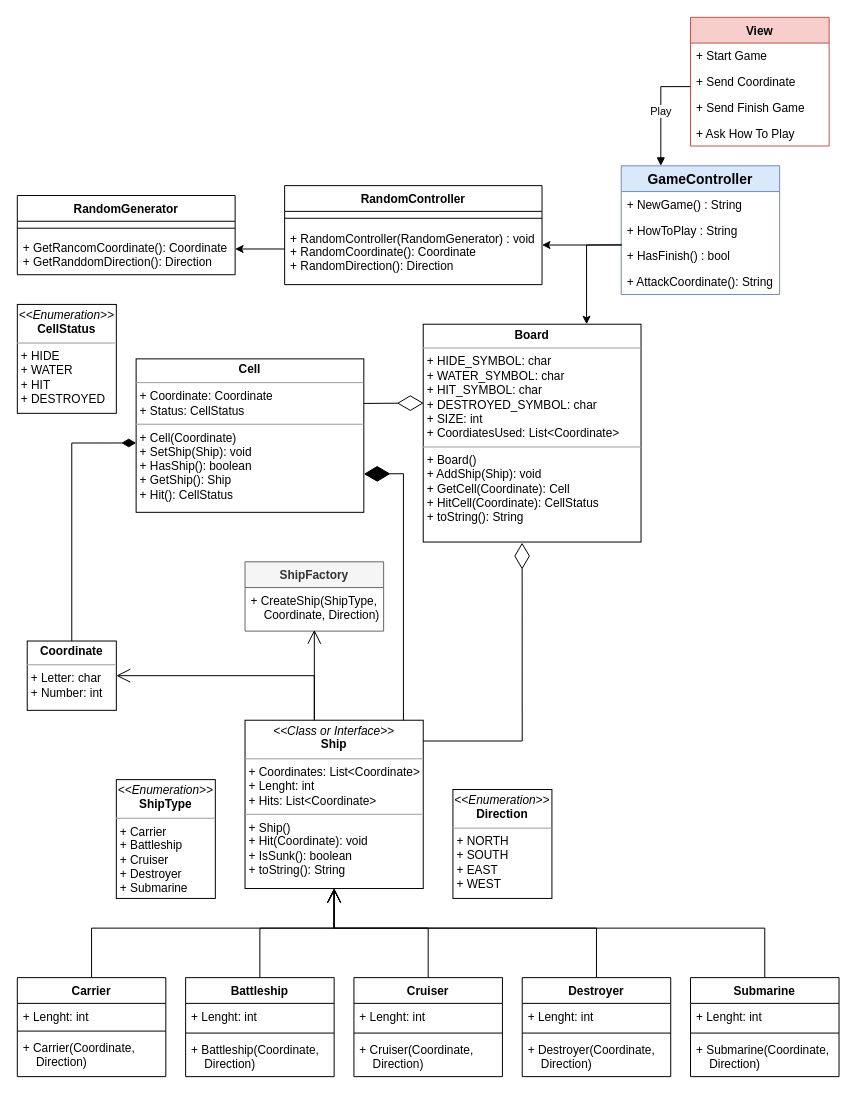
Earlier version of the draw.io diagram UML.drawio (CesarSnake/Battleship). Source tidied: cells renumbered, new cells numbered last; positions are measured from the earlier drawing's top-left corner, leaving out a move shared by most shapes. Both pictures are drawn from the tidied source at 99%, with x=0, y=0 at pixel (17, 17).
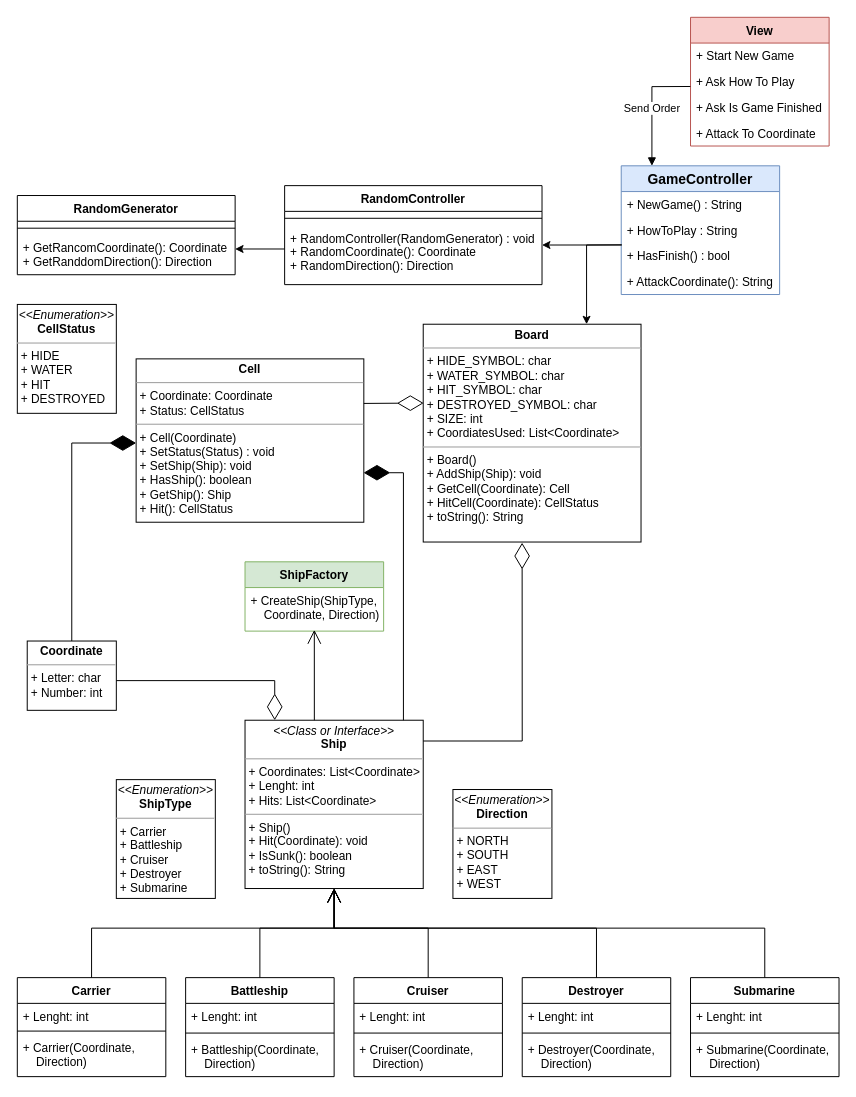
The same page after the edit.

Commit message:
updated latest UML diagram

Unchanged cells that the change refers to:
```xml
<mxCell id="4" value="&lt;p style=&quot;margin: 0px ; margin-top: 4px ; text-align: center&quot;&gt;&lt;b&gt;Coordinate&lt;/b&gt;&lt;/p&gt;&lt;hr size=&quot;1&quot;&gt;&lt;p style=&quot;margin: 0px ; margin-left: 4px&quot;&gt;+ Letter: char&lt;/p&gt;&lt;p style=&quot;margin: 0px ; margin-left: 4px&quot;&gt;+ Number: int&lt;/p&gt;" style="verticalAlign=top;align=left;overflow=fill;fontSize=12;fontFamily=Helvetica;html=1;" parent="1" vertex="1">
  <mxGeometry x="10" y="630" width="90" height="70" as="geometry" />
</mxCell>
<mxCell id="48" value="GameController" style="swimlane;fontStyle=1;horizontal=1;startSize=26;fillColor=#dae8fc;strokeColor=#6c8ebf;fontSize=14;" parent="1" vertex="1">
  <mxGeometry x="610" y="150" width="160" height="130" as="geometry" />
</mxCell>
<mxCell id="53" value="View" style="swimlane;fontStyle=1;horizontal=1;startSize=26;fillColor=#f8cecc;strokeColor=#b85450;" parent="1" vertex="1">
  <mxGeometry x="680" width="140" height="130" as="geometry" />
</mxCell>
```

Diff of the diagram source:
```diff
@@
-    <mxCell id="26" value="&lt;p style=&quot;margin: 0px ; margin-top: 4px ; text-align: center&quot;&gt;&lt;b&gt;Cell&lt;/b&gt;&lt;/p&gt;&lt;hr size=&quot;1&quot;&gt;&lt;p style=&quot;margin: 0px ; margin-left: 4px&quot;&gt;+ Coordinate: Coordinate&lt;/p&gt;&lt;p style=&quot;margin: 0px ; margin-left: 4px&quot;&gt;+ Status: CellStatus&lt;/p&gt;&lt;hr size=&quot;1&quot;&gt;&lt;p style=&quot;margin: 0px ; margin-left: 4px&quot;&gt;+ Cell(Coordinate)&lt;/p&gt;&lt;p style=&quot;margin: 0px ; margin-left: 4px&quot;&gt;+ SetShip(Ship): void&lt;/p&gt;&lt;p style=&quot;margin: 0px ; margin-left: 4px&quot;&gt;+ HasShip(): boolean&lt;/p&gt;&lt;p style=&quot;margin: 0px ; margin-left: 4px&quot;&gt;+ GetShip(): Ship&lt;/p&gt;&lt;p style=&quot;margin: 0px ; margin-left: 4px&quot;&gt;+ Hit(): CellStatus&lt;/p&gt;&lt;p style=&quot;margin: 0px ; margin-left: 4px&quot;&gt;&lt;br&gt;&lt;/p&gt;" style="verticalAlign=top;align=left;overflow=fill;fontSize=12;fontFamily=Helvetica;html=1;" parent="1" vertex="1">
-      <mxGeometry x="120" y="345" width="230" height="155" as="geometry" />
+    <mxCell id="26" value="&lt;p style=&quot;margin: 0px ; margin-top: 4px ; text-align: center&quot;&gt;&lt;b&gt;Cell&lt;/b&gt;&lt;/p&gt;&lt;hr size=&quot;1&quot;&gt;&lt;p style=&quot;margin: 0px ; margin-left: 4px&quot;&gt;+ Coordinate: Coordinate&lt;/p&gt;&lt;p style=&quot;margin: 0px ; margin-left: 4px&quot;&gt;+ Status: CellStatus&lt;/p&gt;&lt;hr size=&quot;1&quot;&gt;&lt;p style=&quot;margin: 0px ; margin-left: 4px&quot;&gt;+ Cell(Coordinate)&lt;/p&gt;&lt;p style=&quot;margin: 0px ; margin-left: 4px&quot;&gt;+ SetStatus(Status) : void&lt;/p&gt;&lt;p style=&quot;margin: 0px ; margin-left: 4px&quot;&gt;+ SetShip(Ship): void&lt;/p&gt;&lt;p style=&quot;margin: 0px ; margin-left: 4px&quot;&gt;+ HasShip(): boolean&lt;/p&gt;&lt;p style=&quot;margin: 0px ; margin-left: 4px&quot;&gt;+ GetShip(): Ship&lt;/p&gt;&lt;p style=&quot;margin: 0px ; margin-left: 4px&quot;&gt;+ Hit(): CellStatus&lt;/p&gt;&lt;p style=&quot;margin: 0px ; margin-left: 4px&quot;&gt;&lt;br&gt;&lt;/p&gt;" style="verticalAlign=top;align=left;overflow=fill;fontSize=12;fontFamily=Helvetica;html=1;" parent="1" vertex="1">
+      <mxGeometry x="120" y="345" width="230" height="165" as="geometry" />
     </mxCell>
@@
-    <mxCell id="28" style="endArrow=diamondThin;endFill=1;endSize=12;html=1;rounded=0;exitX=0.5;exitY=0;exitDx=0;exitDy=0;entryX=0;entryY=0.548;entryDx=0;entryDy=0;entryPerimeter=0;" parent="1" edge="1" source="4" target="26">
+    <mxCell id="28" style="endArrow=diamondThin;endFill=1;endSize=24;html=1;rounded=0;exitX=0.5;exitY=0;exitDx=0;exitDy=0;" parent="1" edge="1" source="4">
       <mxGeometry relative="1" as="geometry">
+        <mxPoint x="120" y="430" as="targetPoint" />
         <Array as="points">
           <mxPoint x="55" y="430" />
         </Array>
       </mxGeometry>
     </mxCell>
@@
-    <mxCell id="37" value="ShipFactory" style="swimlane;fontStyle=1;horizontal=1;startSize=26;fillColor=#f5f5f5;fontColor=#333333;strokeColor=#666666;" parent="1" vertex="1">
+    <mxCell id="37" value="ShipFactory" style="swimlane;fontStyle=1;horizontal=1;startSize=26;fillColor=#d5e8d4;strokeColor=#82b366;" parent="1" vertex="1">
       <mxGeometry x="230" y="550" width="140" height="70" as="geometry" />
     </mxCell>
@@
-    <mxCell id="40" style="endArrow=open;endFill=1;endSize=12;html=1;rounded=0;entryX=1;entryY=0.5;entryDx=0;entryDy=0;" parent="1" edge="1" target="4">
-      <mxGeometry relative="1" as="geometry">
-        <mxPoint x="300" y="710" as="sourcePoint" />
-        <Array as="points">
-          <mxPoint x="300" y="665" />
-        </Array>
-      </mxGeometry>
-    </mxCell>
-    <mxCell id="41" style="endArrow=diamondThin;endFill=1;endSize=24;html=1;rounded=0;entryX=1;entryY=0.75;entryDx=0;entryDy=0;" parent="1" edge="1" target="26">
+    <mxCell id="41" style="endArrow=diamondThin;endFill=1;endSize=24;html=1;rounded=0;entryX=0.999;entryY=0.697;entryDx=0;entryDy=0;entryPerimeter=0;" parent="1" edge="1" target="26">
       <mxGeometry relative="1" as="geometry">
         <mxPoint x="390" y="710" as="sourcePoint" />
         <Array as="points">
-          <mxPoint x="390" y="461" />
+          <mxPoint x="390" y="460" />
         </Array>
       </mxGeometry>
     </mxCell>
@@
-    <mxCell id="54" value="+ Start Game" style="text;strokeColor=none;fillColor=none;align=left;verticalAlign=top;spacingLeft=4;spacingRight=4;overflow=hidden;" parent="53" vertex="1">
+    <mxCell id="54" value="+ Start New Game" style="text;strokeColor=none;fillColor=none;align=left;verticalAlign=top;spacingLeft=4;spacingRight=4;overflow=hidden;" parent="53" vertex="1">
       <mxGeometry y="26" width="140" height="26" as="geometry" />
     </mxCell>
-    <mxCell id="55" value="+ Send Coordinate" style="text;strokeColor=none;fillColor=none;align=left;verticalAlign=top;spacingLeft=4;spacingRight=4;overflow=hidden;points=[[0,0.5],[1,0.5]];portConstraint=eastwest;" parent="53" vertex="1">
+    <mxCell id="55" value="+ Ask How To Play" style="text;strokeColor=none;fillColor=none;align=left;verticalAlign=top;spacingLeft=4;spacingRight=4;overflow=hidden;points=[[0,0.5],[1,0.5]];portConstraint=eastwest;" parent="53" vertex="1">
       <mxGeometry y="52" width="140" height="26" as="geometry" />
     </mxCell>
-    <mxCell id="56" value="+ Send Finish Game" style="text;strokeColor=none;fillColor=none;align=left;verticalAlign=top;spacingLeft=4;spacingRight=4;overflow=hidden;" parent="53" vertex="1">
+    <mxCell id="56" value="+ Ask Is Game Finished" style="text;strokeColor=none;fillColor=none;align=left;verticalAlign=top;spacingLeft=4;spacingRight=4;overflow=hidden;" parent="53" vertex="1">
       <mxGeometry y="78" width="140" height="26" as="geometry" />
     </mxCell>
-    <mxCell id="57" value="+ Ask How To Play" style="text;strokeColor=none;fillColor=none;align=left;verticalAlign=top;spacingLeft=4;spacingRight=4;overflow=hidden;" parent="53" vertex="1">
+    <mxCell id="57" value="+ Attack To Coordinate" style="text;strokeColor=none;fillColor=none;align=left;verticalAlign=top;spacingLeft=4;spacingRight=4;overflow=hidden;" parent="53" vertex="1">
       <mxGeometry y="104" width="140" height="26" as="geometry" />
     </mxCell>
-    <mxCell id="58" value="Play" style="html=1;verticalAlign=bottom;endArrow=block;rounded=0;entryX=0.25;entryY=0;entryDx=0;entryDy=0;exitX=0;exitY=0.692;exitDx=0;exitDy=0;exitPerimeter=0;" parent="1" edge="1" source="55" target="48">
+    <mxCell id="58" value="Send Order" style="html=1;verticalAlign=bottom;endArrow=block;rounded=0;entryX=0.25;entryY=0;entryDx=0;entryDy=0;exitX=-0.001;exitY=0.687;exitDx=0;exitDy=0;exitPerimeter=0;" parent="1" edge="1" source="55">
       <mxGeometry x="0.17" relative="1" as="geometry">
+        <mxPoint x="641" y="150" as="targetPoint" />
         <Array as="points">
-          <mxPoint x="650" y="70" />
+          <mxPoint x="641" y="70" />
         </Array>
       </mxGeometry>
     </mxCell>
@@
+    <mxCell id="62" style="endArrow=diamondThin;endFill=0;endSize=24;html=1;rounded=0;" parent="1" edge="1">
+      <mxGeometry relative="1" as="geometry">
+        <mxPoint x="100" y="670" as="sourcePoint" />
+        <mxPoint x="260" y="710" as="targetPoint" />
+        <Array as="points">
+          <mxPoint x="260" y="670" />
+        </Array>
+      </mxGeometry>
+    </mxCell>
```
